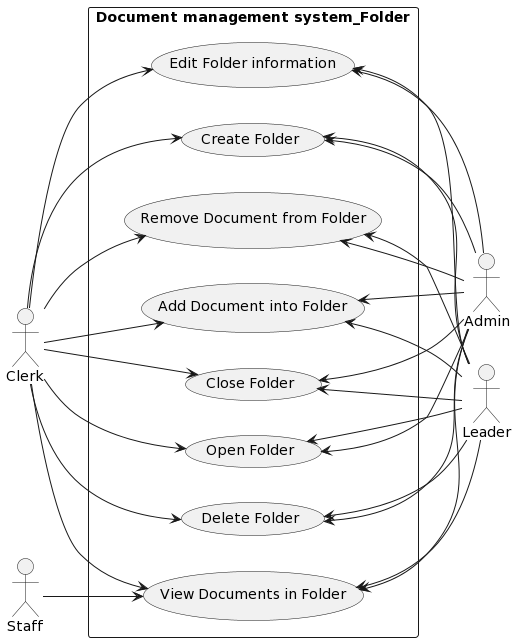
This is Lab1/Lab1.2/UseCaseDiagram/Folder UseCase/Folder UseCase.png from khoapham1003/SE357-Pratice-class, a PlantUML export, as it was before one commit. Its diagram source:
```plantuml
@startuml
left to right direction
skinparam packageStyle rectangle
actor Clerk as Clerk
actor Admin as Admin
actor Staff as Staff
actor Leader as Leader

rectangle "Document management system_Folder" {

Admin -up-> (Create Folder)
Admin -up-> (Edit Folder information)
Admin -up-> (Delete Folder)
Admin -up-> (Open Folder)
Admin -up-> (Close Folder)
Admin -up-> (View Documents in Folder)
Admin -up-> (Add Document into Folder)
Admin -up-> (Remove Document from Folder)

Leader -up-> (Create Folder)
Leader -up-> (Edit Folder information)
Leader -up-> (Delete Folder)
Leader -up-> (Open Folder)
Leader -up-> (Close Folder)
Leader -up-> (View Documents in Folder)
Leader -up-> (Add Document into Folder)
Leader -up-> (Remove Document from Folder)

Clerk --> (Create Folder)
Clerk --> (Edit Folder information)
Clerk --> (Delete Folder)
Clerk --> (Open Folder)
Clerk --> (Close Folder)
Clerk --> (View Documents in Folder)
Clerk --> (Add Document into Folder)
Clerk --> (Remove Document from Folder)

Staff --> (View Documents in Folder)

}
@enduml
```
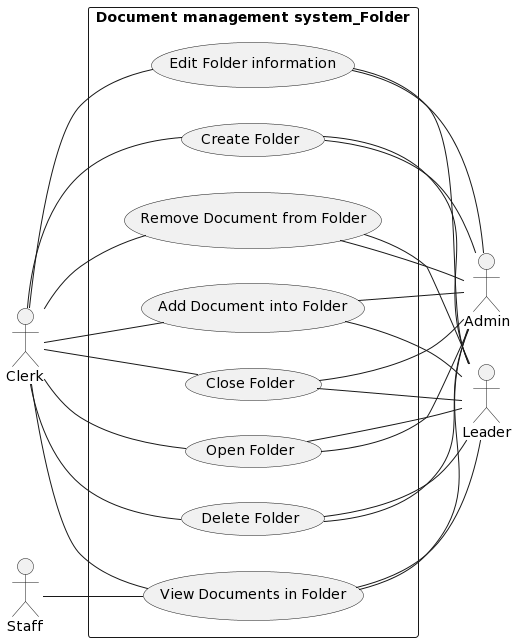
After the change.

What changed in the source:
```diff
@@ -8,34 +8,34 @@
 
 rectangle "Document management system_Folder" {
 
-Admin -up-> (Create Folder)
-Admin -up-> (Edit Folder information)
-Admin -up-> (Delete Folder)
-Admin -up-> (Open Folder)
-Admin -up-> (Close Folder)
-Admin -up-> (View Documents in Folder)
-Admin -up-> (Add Document into Folder)
-Admin -up-> (Remove Document from Folder)
+Admin -up- (Create Folder)
+Admin -up- (Edit Folder information)
+Admin -up- (Delete Folder)
+Admin -up- (Open Folder)
+Admin -up- (Close Folder)
+Admin -up- (View Documents in Folder)
+Admin -up- (Add Document into Folder)
+Admin -up- (Remove Document from Folder)
 
-Leader -up-> (Create Folder)
-Leader -up-> (Edit Folder information)
-Leader -up-> (Delete Folder)
-Leader -up-> (Open Folder)
-Leader -up-> (Close Folder)
-Leader -up-> (View Documents in Folder)
-Leader -up-> (Add Document into Folder)
-Leader -up-> (Remove Document from Folder)
+Leader -up- (Create Folder)
+Leader -up- (Edit Folder information)
+Leader -up- (Delete Folder)
+Leader -up- (Open Folder)
+Leader -up- (Close Folder)
+Leader -up- (View Documents in Folder)
+Leader -up- (Add Document into Folder)
+Leader -up- (Remove Document from Folder)
 
-Clerk --> (Create Folder)
-Clerk --> (Edit Folder information)
-Clerk --> (Delete Folder)
-Clerk --> (Open Folder)
-Clerk --> (Close Folder)
-Clerk --> (View Documents in Folder)
-Clerk --> (Add Document into Folder)
-Clerk --> (Remove Document from Folder)
+Clerk -- (Create Folder)
+Clerk -- (Edit Folder information)
+Clerk -- (Delete Folder)
+Clerk -- (Open Folder)
+Clerk -- (Close Folder)
+Clerk -- (View Documents in Folder)
+Clerk -- (Add Document into Folder)
+Clerk -- (Remove Document from Folder)
 
-Staff --> (View Documents in Folder)
+Staff -- (View Documents in Folder)
 
 }
 @enduml
```
